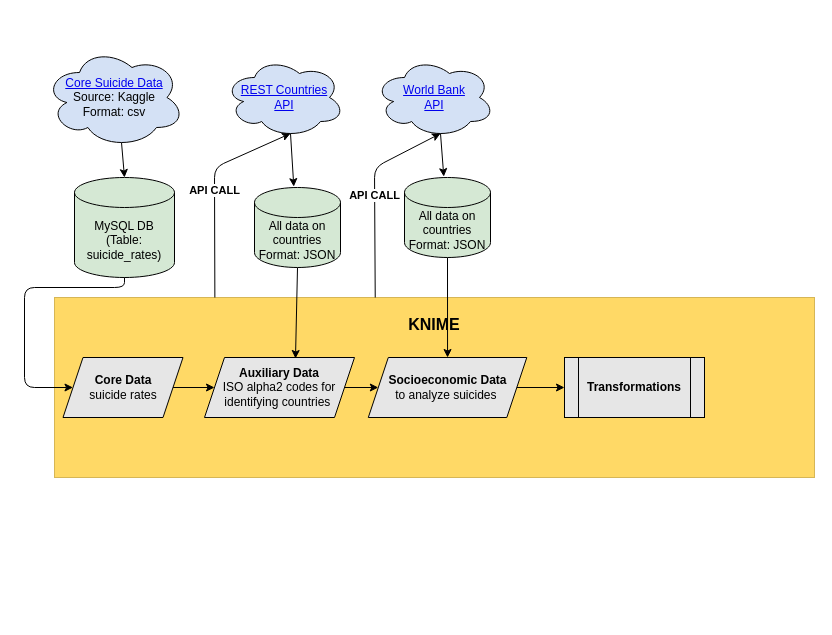
This is gdfo.drawio from dgulacsy/DE2_Term_Project, a draw.io file, before an edit. Source tidied: cells renumbered, new cells numbered last; positions are measured from the earlier drawing's top-left corner, leaving out a move shared by most shapes. Both pictures are drawn from the tidied source at 100%, with x=0, y=0 at pixel (24, 47).
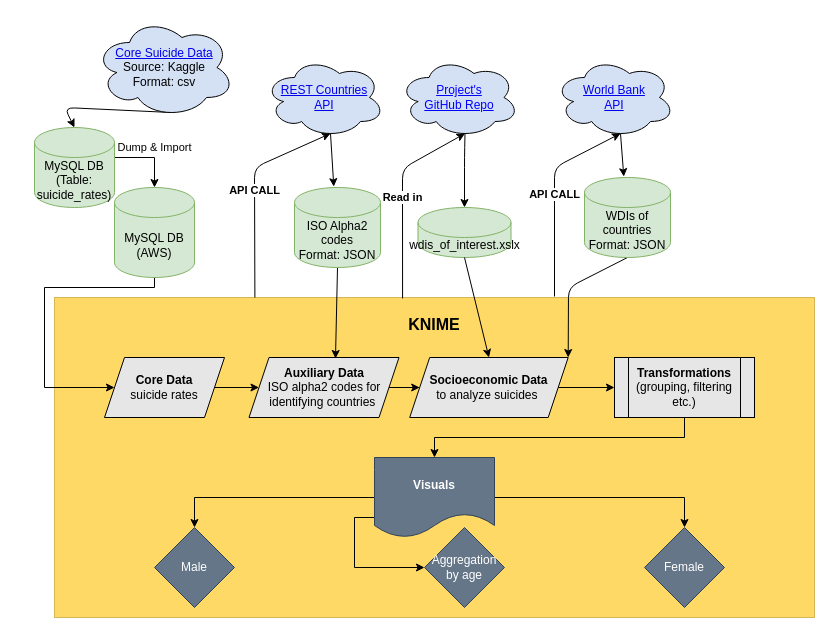
The same diagram, later.

What changed in the source:
```diff
@@
     <mxCell id="2" value="&lt;h2 style=&quot;font-size: 16px ; line-height: 100%&quot;&gt;KNIME&lt;/h2&gt;" style="rounded=0;whiteSpace=wrap;html=1;align=center;horizontal=1;verticalAlign=top;labelBackgroundColor=none;strokeColor=#d6b656;fillColor=#FFD966;" parent="1" vertex="1">
-      <mxGeometry x="30" y="250" width="760" height="180" as="geometry" />
+      <mxGeometry x="30" y="250" width="760" height="320" as="geometry" />
     </mxCell>
+    <mxCell id="24" value="Dump &amp;amp; Import" style="edgeStyle=orthogonalEdgeStyle;rounded=0;jettySize=auto;html=1;entryX=0.5;entryY=0;entryDx=0;entryDy=0;entryPerimeter=0;" parent="1" edge="1" source="3" target="27">
+      <mxGeometry x="0.14" y="-10" relative="1" as="geometry">
+        <Array as="points">
+          <mxPoint x="130" y="110" />
+        </Array>
+        <mxPoint x="10" y="-10" as="offset" />
+      </mxGeometry>
+    </mxCell>
-    <mxCell id="3" value="MySQL DB&lt;br&gt;(Table: suicide_rates)" style="shape=cylinder3;whiteSpace=wrap;html=1;boundedLbl=1;backgroundOutline=1;size=15;fillColor=#D5E8D4;" parent="1" vertex="1">
-      <mxGeometry x="50" y="130" width="100" height="100" as="geometry" />
+    <mxCell id="3" value="MySQL DB&lt;br&gt;(Table: suicide_rates)" style="shape=cylinder3;whiteSpace=wrap;html=1;boundedLbl=1;backgroundOutline=1;size=15;fillColor=#d5e8d4;strokeColor=#82b366;" parent="1" vertex="1">
+      <mxGeometry x="10" y="80" width="80" height="80" as="geometry" />
     </mxCell>
     <mxCell id="4" style="endArrow=classic;html=1;entryX=0.5;entryY=0;entryDx=0;entryDy=0;entryPerimeter=0;exitX=0.55;exitY=0.95;exitDx=0;exitDy=0;exitPerimeter=0;" parent="1" edge="1" source="22" target="3">
-      <mxGeometry relative="1" as="geometry" />
+      <mxGeometry relative="1" as="geometry">
+        <Array as="points">
+          <mxPoint x="40" y="60" />
+        </Array>
+      </mxGeometry>
     </mxCell>
-    <mxCell id="5" value="&lt;a href=&quot;data:page/id,C5RBs43oDa-KdzZeNtuy&quot;&gt;REST Countries&lt;br&gt;API&lt;/a&gt;" style="ellipse;shape=cloud;whiteSpace=wrap;html=1;fillColor=#D4E1F5;" parent="1" vertex="1">
-      <mxGeometry x="200" y="10" width="120" height="80" as="geometry" />
+    <mxCell id="5" value="&lt;a href=&quot;data:page/id,C5RBs43oDa-KdzZeNtuy&quot;&gt;REST Countries&lt;br&gt;API&lt;/a&gt;" style="ellipse;shape=cloud;whiteSpace=wrap;html=1;fillColor=#D4E1F5;fontColor=#0000FF;" parent="1" vertex="1">
+      <mxGeometry x="240" y="10" width="120" height="80" as="geometry" />
     </mxCell>
     <mxCell id="6" style="endArrow=classic;html=1;exitX=0.5;exitY=1;exitDx=0;exitDy=0;exitPerimeter=0;" parent="1" edge="1" source="8">
       <mxGeometry relative="1" as="geometry">
-        <mxPoint x="271" y="311" as="targetPoint" />
+        <mxPoint x="311" y="311" as="targetPoint" />
       </mxGeometry>
     </mxCell>
-    <mxCell id="7" value="&lt;b&gt;API CALL&lt;/b&gt;" style="endArrow=classic;html=1;entryX=0.55;entryY=0.95;entryDx=0;entryDy=0;entryPerimeter=0;exitX=0.211;exitY=0;exitDx=0;exitDy=0;exitPerimeter=0;" parent="1" edge="1" source="2" target="5">
+    <mxCell id="7" value="&lt;b&gt;API CALL&lt;/b&gt;" style="endArrow=classic;html=1;entryX=0.55;entryY=0.95;entryDx=0;entryDy=0;entryPerimeter=0;exitX=0.211;exitY=0;exitDx=0;exitDy=0;exitPerimeter=0;" parent="1" edge="1" target="5">
       <mxGeometry relative="1" as="geometry">
+        <mxPoint x="230.4" y="250" as="sourcePoint" />
         <Array as="points">
-          <mxPoint x="190" y="120" />
+          <mxPoint x="230" y="120" />
         </Array>
       </mxGeometry>
     </mxCell>
-    <mxCell id="8" value="All data on countries&lt;br&gt;Format: JSON" style="shape=cylinder3;whiteSpace=wrap;html=1;boundedLbl=1;backgroundOutline=1;size=15;fillColor=#D5E8D4;" parent="1" vertex="1">
-      <mxGeometry x="230" y="140" width="86" height="80" as="geometry" />
+    <mxCell id="8" value="ISO Alpha2 codes&lt;br&gt;Format: JSON" style="shape=cylinder3;whiteSpace=wrap;html=1;boundedLbl=1;backgroundOutline=1;size=15;fillColor=#d5e8d4;strokeColor=#82b366;" parent="1" vertex="1">
+      <mxGeometry x="270" y="140" width="86" height="80" as="geometry" />
     </mxCell>
@@
     <mxCell id="11" value="&lt;b&gt;Core Data&lt;/b&gt;&lt;br&gt;suicide rates" style="shape=parallelogram;perimeter=parallelogramPerimeter;whiteSpace=wrap;html=1;fixedSize=1;labelBackgroundColor=none;fillColor=#E6E6E6;" parent="1" vertex="1">
-      <mxGeometry x="38.5" y="310" width="120" height="60" as="geometry" />
+      <mxGeometry x="80" y="310" width="120" height="60" as="geometry" />
     </mxCell>
-    <mxCell id="12" style="endArrow=classic;html=1;exitX=0.5;exitY=1;exitDx=0;exitDy=0;exitPerimeter=0;entryX=0;entryY=0.5;entryDx=0;entryDy=0;" parent="1" edge="1" source="3" target="11">
-      <mxGeometry relative="1" as="geometry">
-        <Array as="points">
-          <mxPoint x="100" y="240" />
-          <mxPoint y="240" />
-          <mxPoint y="340" />
-        </Array>
-      </mxGeometry>
-    </mxCell>
@@
     <mxCell id="14" value="&lt;b&gt;Auxiliary Data&lt;br&gt;&lt;/b&gt;ISO alpha2 codes for identifying countries&amp;nbsp;" style="shape=parallelogram;perimeter=parallelogramPerimeter;whiteSpace=wrap;html=1;fixedSize=1;labelBackgroundColor=none;fillColor=#E6E6E6;" parent="1" vertex="1">
-      <mxGeometry x="180" y="310" width="150" height="60" as="geometry" />
+      <mxGeometry x="224.5" y="310" width="150" height="60" as="geometry" />
     </mxCell>
@@
     <mxCell id="16" value="&lt;b&gt;Socioeconomic Data&lt;br&gt;&lt;/b&gt;&lt;span&gt;to analyze suicides&amp;nbsp;&lt;/span&gt;" style="shape=parallelogram;perimeter=parallelogramPerimeter;whiteSpace=wrap;html=1;fixedSize=1;labelBackgroundColor=none;fillColor=#E6E6E6;" parent="1" vertex="1">
-      <mxGeometry x="343.8" y="310" width="158.5" height="60" as="geometry" />
+      <mxGeometry x="385.2" y="310" width="158.5" height="60" as="geometry" />
     </mxCell>
-    <mxCell id="17" value="&lt;a href=&quot;https://datahelpdesk.worldbank.org/knowledgebase/articles/889392-about-the-indicators-api-documentation&quot;&gt;World Bank&lt;br&gt;API&lt;/a&gt;" style="ellipse;shape=cloud;whiteSpace=wrap;html=1;fillColor=#D4E1F5;" parent="1" vertex="1">
-      <mxGeometry x="350" y="10" width="120" height="80" as="geometry" />
+    <mxCell id="17" value="&lt;a href=&quot;https://datahelpdesk.worldbank.org/knowledgebase/articles/889392-about-the-indicators-api-documentation&quot;&gt;World Bank&lt;br&gt;API&lt;/a&gt;" style="ellipse;shape=cloud;whiteSpace=wrap;html=1;fillColor=#D4E1F5;fontColor=#0000FF;" parent="1" vertex="1">
+      <mxGeometry x="530" y="10" width="120" height="80" as="geometry" />
     </mxCell>
-    <mxCell id="18" style="endArrow=classic;html=1;exitX=0.5;exitY=1;exitDx=0;exitDy=0;exitPerimeter=0;entryX=0.5;entryY=0;entryDx=0;entryDy=0;" parent="1" edge="1" source="20" target="16">
-      <mxGeometry relative="1" as="geometry" />
+    <mxCell id="18" style="endArrow=classic;html=1;exitX=0.5;exitY=1;exitDx=0;exitDy=0;exitPerimeter=0;entryX=1;entryY=0;entryDx=0;entryDy=0;" parent="1" edge="1" source="20" target="16">
+      <mxGeometry relative="1" as="geometry">
+        <Array as="points">
+          <mxPoint x="544" y="240" />
+        </Array>
+      </mxGeometry>
     </mxCell>
-    <mxCell id="19" value="&lt;b&gt;API CALL&lt;/b&gt;" style="endArrow=classic;html=1;entryX=0.55;entryY=0.95;entryDx=0;entryDy=0;entryPerimeter=0;exitX=0.422;exitY=0;exitDx=0;exitDy=0;exitPerimeter=0;" parent="1" edge="1" source="2" target="17">
+    <mxCell id="19" value="&lt;b&gt;API CALL&lt;/b&gt;" style="endArrow=classic;html=1;entryX=0.55;entryY=0.95;entryDx=0;entryDy=0;entryPerimeter=0;" parent="1" edge="1" target="17">
       <mxGeometry relative="1" as="geometry">
+        <mxPoint x="530" y="249" as="sourcePoint" />
         <Array as="points">
-          <mxPoint x="350" y="120" />
+          <mxPoint x="530" y="120" />
         </Array>
       </mxGeometry>
     </mxCell>
-    <mxCell id="20" value="All data on countries&lt;br&gt;Format: JSON" style="shape=cylinder3;whiteSpace=wrap;html=1;boundedLbl=1;backgroundOutline=1;size=15;fillColor=#D5E8D4;" parent="1" vertex="1">
-      <mxGeometry x="380" y="130" width="86" height="80" as="geometry" />
+    <mxCell id="20" value="WDIs of countries&lt;br&gt;Format: JSON" style="shape=cylinder3;whiteSpace=wrap;html=1;boundedLbl=1;backgroundOutline=1;size=15;fillColor=#d5e8d4;strokeColor=#82b366;" parent="1" vertex="1">
+      <mxGeometry x="560" y="130" width="86" height="80" as="geometry" />
     </mxCell>
@@
     <mxCell id="22" value="&lt;a href=&quot;https://www.kaggle.com/russellyates88/suicide-rates-overview-1985-to-2016&quot;&gt;Core Suicide Data&lt;br&gt;&lt;/a&gt;Source: Kaggle&lt;br&gt;Format: csv" style="ellipse;shape=cloud;whiteSpace=wrap;html=1;fillColor=#D4E1F5;" parent="1" vertex="1">
-      <mxGeometry x="20" width="140" height="100" as="geometry" />
+      <mxGeometry x="70" y="-30" width="140" height="100" as="geometry" />
     </mxCell>
+    <mxCell id="25" style="edgeStyle=orthogonalEdgeStyle;rounded=0;jettySize=auto;html=1;exitX=0.5;exitY=1;exitDx=0;exitDy=0;entryX=0.5;entryY=0;entryDx=0;entryDy=0;" parent="1" edge="1" source="23" target="31">
+      <mxGeometry relative="1" as="geometry" />
+    </mxCell>
-    <mxCell id="23" value="&lt;font color=&quot;#000000&quot;&gt;&lt;b&gt;Transformations&lt;/b&gt;&lt;/font&gt;" style="shape=process;whiteSpace=wrap;html=1;backgroundOutline=1;labelBackgroundColor=none;fontColor=#E6E6E6;fillColor=#E6E6E6;" parent="1" vertex="1">
-      <mxGeometry x="540" y="310" width="140" height="60" as="geometry" />
+    <mxCell id="23" value="&lt;font color=&quot;#000000&quot;&gt;&lt;b&gt;Transformations&lt;/b&gt;&lt;br&gt;(grouping, filtering etc.)&lt;br&gt;&lt;/font&gt;" style="shape=process;whiteSpace=wrap;html=1;backgroundOutline=1;labelBackgroundColor=none;fontColor=#E6E6E6;fillColor=#E6E6E6;" parent="1" vertex="1">
+      <mxGeometry x="590" y="310" width="140" height="60" as="geometry" />
     </mxCell>
+    <mxCell id="26" style="edgeStyle=orthogonalEdgeStyle;rounded=0;jettySize=auto;html=1;exitX=0.5;exitY=1;exitDx=0;exitDy=0;exitPerimeter=0;entryX=0;entryY=0.5;entryDx=0;entryDy=0;" parent="1" edge="1" source="27" target="11">
+      <mxGeometry relative="1" as="geometry">
+        <Array as="points">
+          <mxPoint x="130" y="240" />
+          <mxPoint x="20" y="240" />
+          <mxPoint x="20" y="340" />
+        </Array>
+      </mxGeometry>
+    </mxCell>
+    <mxCell id="27" value="MySQL DB&lt;br&gt;(AWS)" style="shape=cylinder3;whiteSpace=wrap;html=1;boundedLbl=1;backgroundOutline=1;size=15;fillColor=#d5e8d4;strokeColor=#82b366;" parent="1" vertex="1">
+      <mxGeometry x="90" y="140" width="80" height="90" as="geometry" />
+    </mxCell>
+    <mxCell id="28" style="edgeStyle=orthogonalEdgeStyle;rounded=0;jettySize=auto;html=1;exitX=0;exitY=0.5;exitDx=0;exitDy=0;entryX=0.5;entryY=0;entryDx=0;entryDy=0;" parent="1" edge="1" source="31" target="32">
+      <mxGeometry relative="1" as="geometry" />
+    </mxCell>
+    <mxCell id="29" style="edgeStyle=orthogonalEdgeStyle;rounded=0;jettySize=auto;html=1;exitX=1;exitY=0.5;exitDx=0;exitDy=0;entryX=0.5;entryY=0;entryDx=0;entryDy=0;" parent="1" edge="1" source="31" target="34">
+      <mxGeometry relative="1" as="geometry" />
+    </mxCell>
+    <mxCell id="30" style="edgeStyle=orthogonalEdgeStyle;rounded=0;jettySize=auto;html=1;exitX=0;exitY=0.75;exitDx=0;exitDy=0;entryX=0;entryY=0.5;entryDx=0;entryDy=0;" parent="1" edge="1" source="31" target="33">
+      <mxGeometry relative="1" as="geometry" />
+    </mxCell>
+    <mxCell id="31" value="&lt;b&gt;Visuals&lt;/b&gt;" style="shape=document;whiteSpace=wrap;html=1;boundedLbl=1;fillColor=#647687;strokeColor=#314354;fontColor=#ffffff;" parent="1" vertex="1">
+      <mxGeometry x="350" y="410" width="120" height="80" as="geometry" />
+    </mxCell>
+    <mxCell id="32" value="Male" style="rhombus;whiteSpace=wrap;html=1;fillColor=#647687;strokeColor=#314354;fontColor=#ffffff;" parent="1" vertex="1">
+      <mxGeometry x="130" y="480" width="80" height="80" as="geometry" />
+    </mxCell>
+    <mxCell id="33" value="Aggregation&lt;br&gt;by age" style="rhombus;whiteSpace=wrap;html=1;fillColor=#647687;strokeColor=#314354;fontColor=#ffffff;" parent="1" vertex="1">
+      <mxGeometry x="400" y="480" width="80" height="80" as="geometry" />
+    </mxCell>
+    <mxCell id="34" value="Female" style="rhombus;whiteSpace=wrap;html=1;fillColor=#647687;strokeColor=#314354;fontColor=#ffffff;" parent="1" vertex="1">
+      <mxGeometry x="620" y="480" width="80" height="80" as="geometry" />
+    </mxCell>
+    <mxCell id="35" value="&lt;u&gt;&lt;font&gt;Project's&lt;br&gt;GitHub Repo&lt;/font&gt;&lt;/u&gt;" style="ellipse;shape=cloud;whiteSpace=wrap;html=1;fillColor=#D4E1F5;fontColor=#0000FF;" parent="1" vertex="1">
+      <mxGeometry x="374.5" y="10" width="120" height="80" as="geometry" />
+    </mxCell>
+    <mxCell id="36" value="wdis_of_interest.xslx" style="shape=cylinder3;whiteSpace=wrap;html=1;boundedLbl=1;backgroundOutline=1;size=15;fillColor=#d5e8d4;strokeColor=#82b366;" parent="1" vertex="1">
+      <mxGeometry x="393.5" y="160" width="93" height="50" as="geometry" />
+    </mxCell>
+    <mxCell id="37" style="endArrow=classic;html=1;exitX=0.55;exitY=0.95;exitDx=0;exitDy=0;exitPerimeter=0;entryX=0.5;entryY=0;entryDx=0;entryDy=0;entryPerimeter=0;" parent="1" edge="1" source="35" target="36">
+      <mxGeometry relative="1" as="geometry">
+        <Array as="points">
+          <mxPoint x="440" y="110" />
+        </Array>
+      </mxGeometry>
+    </mxCell>
+    <mxCell id="38" style="endArrow=classic;html=1;exitX=0.5;exitY=1;exitDx=0;exitDy=0;exitPerimeter=0;entryX=0.5;entryY=0;entryDx=0;entryDy=0;" parent="1" edge="1" source="36" target="16">
+      <mxGeometry relative="1" as="geometry" />
+    </mxCell>
+    <mxCell id="39" value="&lt;b&gt;Read in&lt;/b&gt;" style="endArrow=classic;html=1;entryX=0.55;entryY=0.95;entryDx=0;entryDy=0;entryPerimeter=0;exitX=0.458;exitY=0.003;exitDx=0;exitDy=0;exitPerimeter=0;" parent="1" edge="1" source="2" target="35">
+      <mxGeometry relative="1" as="geometry">
+        <Array as="points">
+          <mxPoint x="378" y="121" />
+        </Array>
+      </mxGeometry>
+    </mxCell>
```
